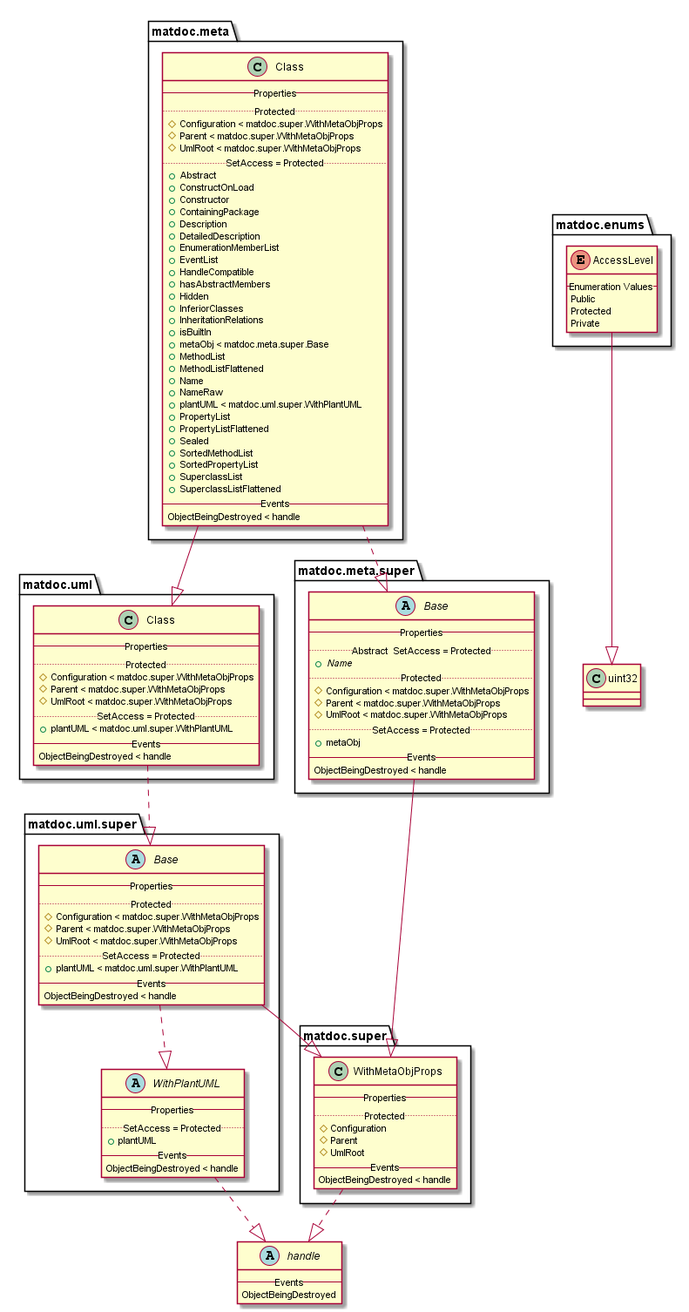
Before: doc/uml-examples/export-class-HideMethods-true.png, a diagram exported from PlantUML (flxdot/matdoc).
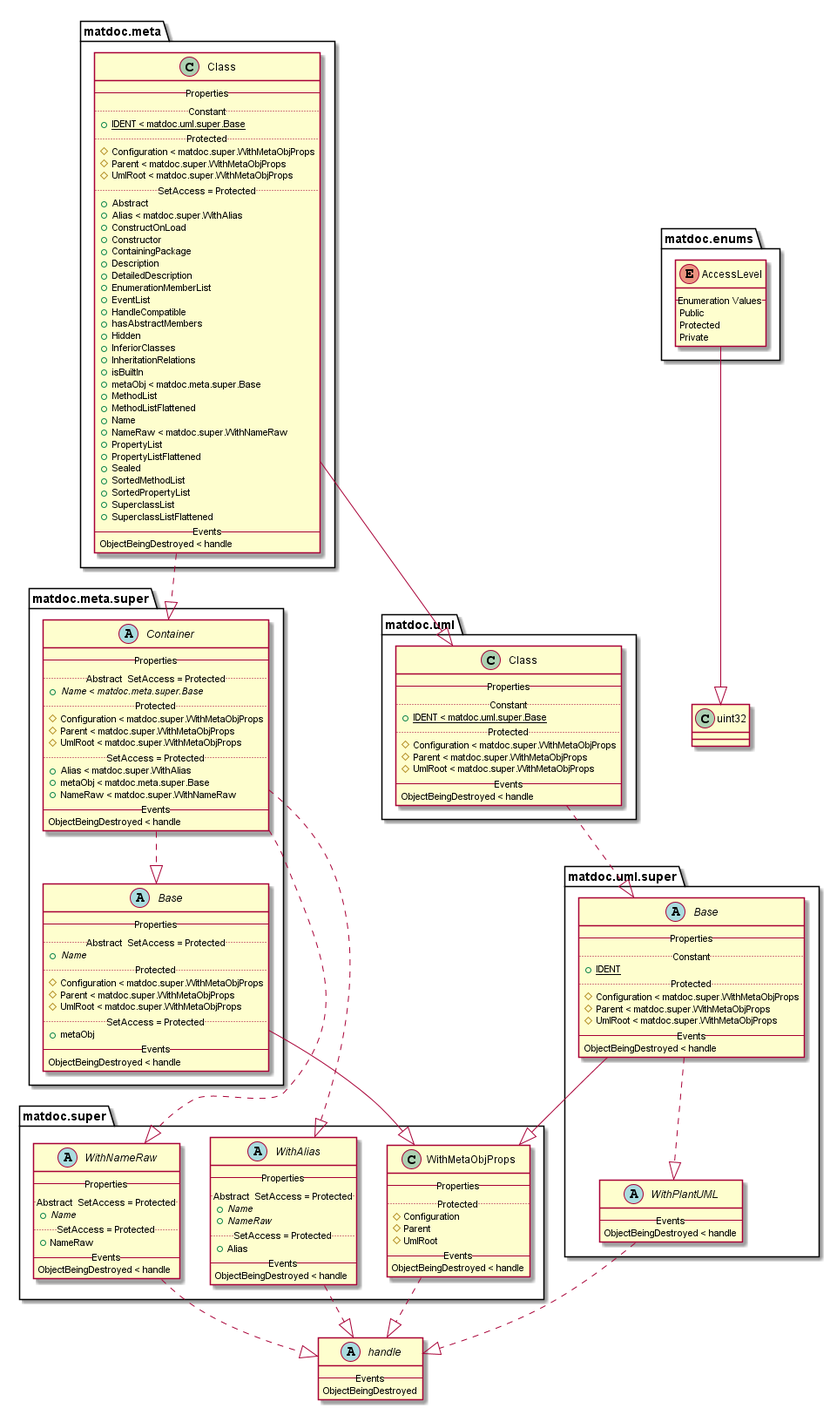
Above is the later version.

Change to the diagram source:
```diff
@@ -17,12 +17,15 @@
 
 class matdoc.meta.Class {
    -- Properties --
+   .. Constant ..
+   {field} {static} + IDENT < matdoc.uml.super.Base
    .. Protected ..
    {field} # Configuration < matdoc.super.WithMetaObjProps
    {field} # Parent < matdoc.super.WithMetaObjProps
    {field} # UmlRoot < matdoc.super.WithMetaObjProps
    .. SetAccess = Protected ..
    {field} + Abstract
+   {field} + Alias < matdoc.super.WithAlias
    {field} + ConstructOnLoad
    {field} + Constructor
    {field} + ContainingPackage
@@ -40,8 +43,7 @@
    {field} + MethodList
    {field} + MethodListFlattened
    {field} + Name
-   {field} + NameRaw
-   {field} + plantUML < matdoc.uml.super.WithPlantUML
+   {field} + NameRaw < matdoc.super.WithNameRaw
    {field} + PropertyList
    {field} + PropertyListFlattened
    {field} + Sealed
@@ -53,13 +55,13 @@
    ObjectBeingDestroyed < handle
 }
 
-matdoc.meta.Class ..|> matdoc.meta.super.Base
+matdoc.meta.Class ..|> matdoc.meta.super.Container
 matdoc.meta.Class --|> matdoc.uml.Class
 
 abstract class matdoc.meta.super.Base {
    -- Properties --
    .. Abstract  SetAccess = Protected ..
-   {field}{abstract} + Name
+   {field} {abstract} + Name
    .. Protected ..
    {field} # Configuration < matdoc.super.WithMetaObjProps
    {field} # Parent < matdoc.super.WithMetaObjProps
@@ -71,6 +73,39 @@
 }
 
 matdoc.meta.super.Base --|> matdoc.super.WithMetaObjProps
+
+abstract class matdoc.meta.super.Container {
+   -- Properties --
+   .. Abstract  SetAccess = Protected ..
+   {field} {abstract} + Name < matdoc.meta.super.Base
+   .. Protected ..
+   {field} # Configuration < matdoc.super.WithMetaObjProps
+   {field} # Parent < matdoc.super.WithMetaObjProps
+   {field} # UmlRoot < matdoc.super.WithMetaObjProps
+   .. SetAccess = Protected ..
+   {field} + Alias < matdoc.super.WithAlias
+   {field} + metaObj < matdoc.meta.super.Base
+   {field} + NameRaw < matdoc.super.WithNameRaw
+   -- Events --
+   ObjectBeingDestroyed < handle
+}
+
+matdoc.meta.super.Container ..|> matdoc.meta.super.Base
+matdoc.meta.super.Container ..|> matdoc.super.WithNameRaw
+matdoc.meta.super.Container ..|> matdoc.super.WithAlias
+
+abstract class matdoc.super.WithAlias {
+   -- Properties --
+   .. Abstract  SetAccess = Protected ..
+   {field} {abstract} + Name
+   {field} {abstract} + NameRaw
+   .. SetAccess = Protected ..
+   {field} + Alias
+   -- Events --
+   ObjectBeingDestroyed < handle
+}
+
+matdoc.super.WithAlias ..|> handle
 
 class matdoc.super.WithMetaObjProps {
    -- Properties --
@@ -84,14 +119,26 @@
 
 matdoc.super.WithMetaObjProps ..|> handle
 
+abstract class matdoc.super.WithNameRaw {
+   -- Properties --
+   .. Abstract  SetAccess = Protected ..
+   {field} {abstract} + Name
+   .. SetAccess = Protected ..
+   {field} + NameRaw
+   -- Events --
+   ObjectBeingDestroyed < handle
+}
+
+matdoc.super.WithNameRaw ..|> handle
+
 class matdoc.uml.Class {
    -- Properties --
+   .. Constant ..
+   {field} {static} + IDENT < matdoc.uml.super.Base
    .. Protected ..
    {field} # Configuration < matdoc.super.WithMetaObjProps
    {field} # Parent < matdoc.super.WithMetaObjProps
    {field} # UmlRoot < matdoc.super.WithMetaObjProps
-   .. SetAccess = Protected ..
-   {field} + plantUML < matdoc.uml.super.WithPlantUML
    -- Events --
    ObjectBeingDestroyed < handle
 }
@@ -100,12 +147,12 @@
 
 abstract class matdoc.uml.super.Base {
    -- Properties --
+   .. Constant ..
+   {field} {static} + IDENT
    .. Protected ..
    {field} # Configuration < matdoc.super.WithMetaObjProps
    {field} # Parent < matdoc.super.WithMetaObjProps
    {field} # UmlRoot < matdoc.super.WithMetaObjProps
-   .. SetAccess = Protected ..
-   {field} + plantUML < matdoc.uml.super.WithPlantUML
    -- Events --
    ObjectBeingDestroyed < handle
 }
@@ -114,9 +161,6 @@
 matdoc.uml.super.Base ..|> matdoc.uml.super.WithPlantUML
 
 abstract class matdoc.uml.super.WithPlantUML {
-   -- Properties --
-   .. SetAccess = Protected ..
-   {field} + plantUML
    -- Events --
    ObjectBeingDestroyed < handle
 }
```
